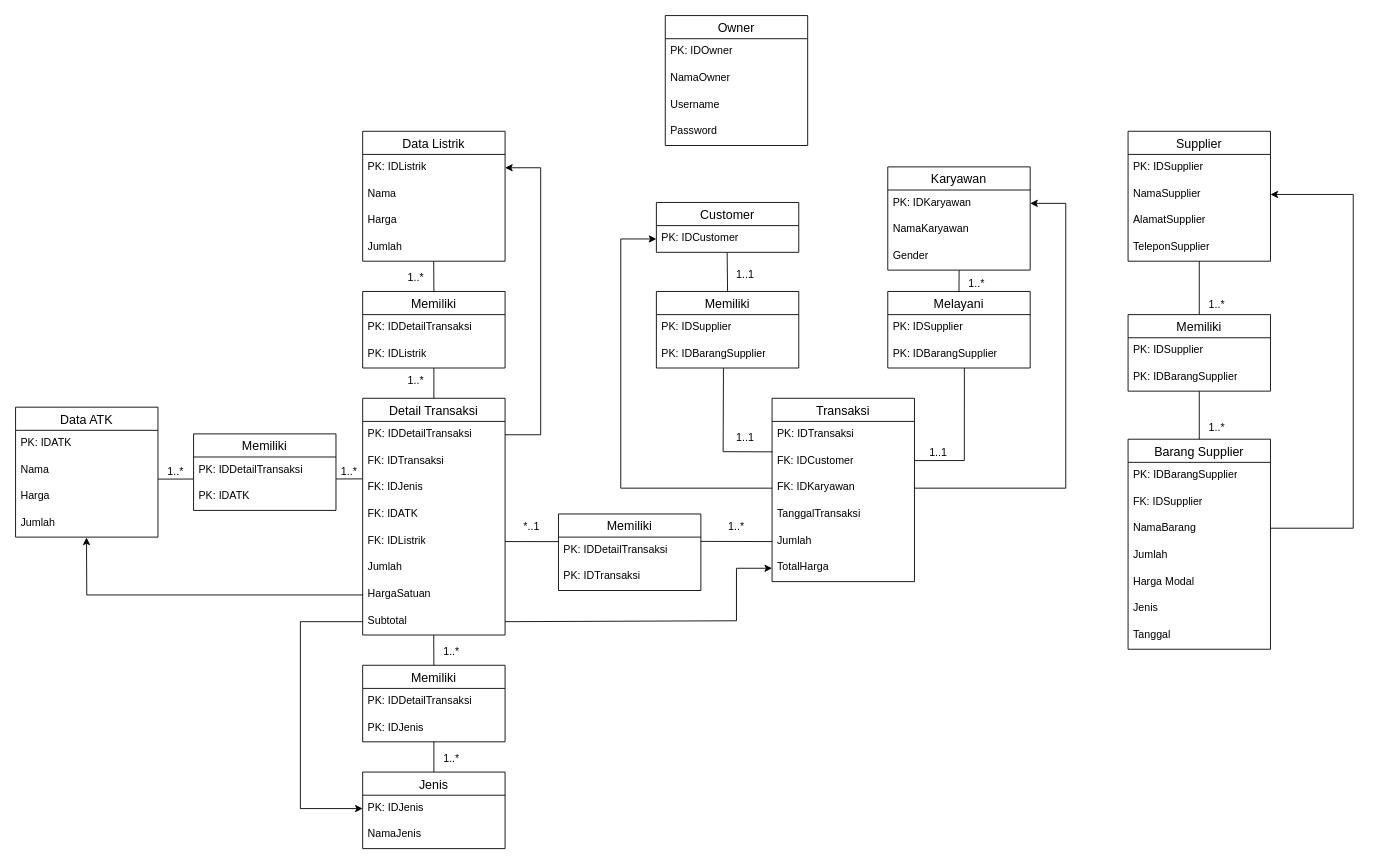
Before: wahyulistrik.drawio in NCalvaretta/Lab-Algorithm-and-Programming, a draw.io diagram. Source tidied: cells renumbered, new cells numbered last; positions are measured from the earlier drawing's top-left corner, leaving out a move shared by most shapes. Both pictures are drawn from the tidied source at 89%, with x=0, y=0 at pixel (15, 15).
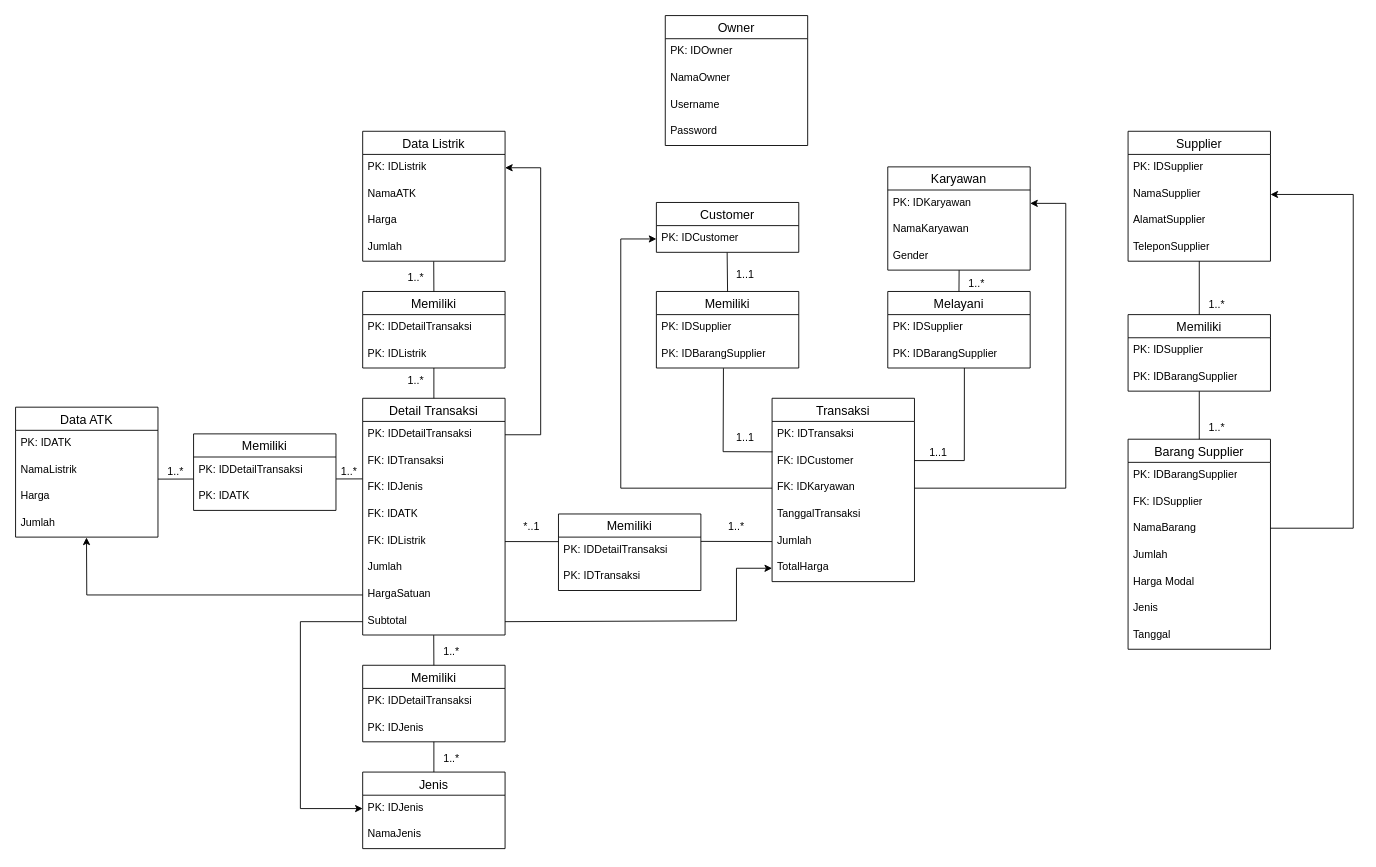
The same page after the edit.

The change refers to these unchanged cells:
```xml
<mxCell id="5" value="Data Listrik" style="swimlane;fontStyle=0;horizontal=1;startSize=26;align=center;fontSize=14;" parent="1" vertex="1">
  <mxGeometry x="390" y="130" width="160" height="146" as="geometry" />
</mxCell>
<mxCell id="10" value="Data ATK" style="swimlane;fontStyle=0;horizontal=1;startSize=26;align=center;fontSize=14;" parent="1" vertex="1">
  <mxGeometry y="440" width="160" height="146" as="geometry" />
</mxCell>
```

What changed in the source:
```diff
@@
-    <mxCell id="7" value="Nama" style="text;strokeColor=none;fillColor=none;spacingLeft=4;spacingRight=4;overflow=hidden;fontSize=12;whiteSpace=wrap;html=1;" parent="5" vertex="1">
+    <mxCell id="7" value="NamaATK" style="text;strokeColor=none;fillColor=none;spacingLeft=4;spacingRight=4;overflow=hidden;fontSize=12;whiteSpace=wrap;html=1;" parent="5" vertex="1">
       <mxGeometry y="56" width="160" height="30" as="geometry" />
     </mxCell>
@@
-    <mxCell id="12" value="Nama" style="text;strokeColor=none;fillColor=none;spacingLeft=4;spacingRight=4;overflow=hidden;points=[[0,0.5],[1,0.5]];portConstraint=eastwest;fontSize=12;whiteSpace=wrap;html=1;" parent="10" vertex="1">
+    <mxCell id="12" value="NamaListrik" style="text;strokeColor=none;fillColor=none;spacingLeft=4;spacingRight=4;overflow=hidden;points=[[0,0.5],[1,0.5]];portConstraint=eastwest;fontSize=12;whiteSpace=wrap;html=1;" parent="10" vertex="1">
       <mxGeometry y="56" width="160" height="30" as="geometry" />
     </mxCell>
```
